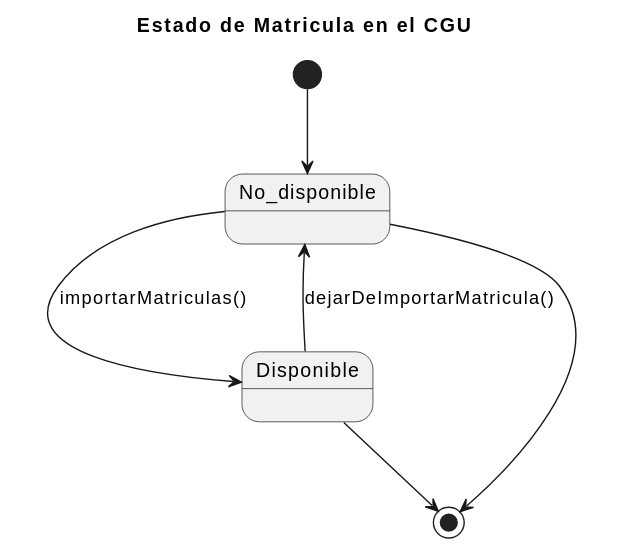
Before: documents/ModeloDelDominio/DiagramasDeEstado/Matricula/Matricula.svg, a diagram exported from PlantUML (enmabry/25-26-IdSw1-SdR).
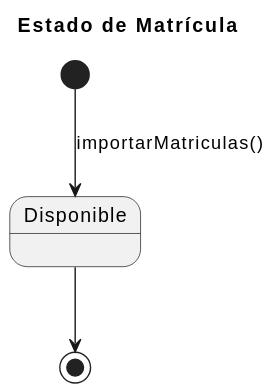
The same diagram one commit later.

Change to the diagram source:
```diff
@@ -1,11 +1,7 @@
 @startuml
-title Estado de Matricula en el CGU
+title Estado de Matrícula
 
-[*] --> No_disponible
+[*] --> Disponible : importarMatriculas()
 
-No_disponible --> Disponible : importarMatriculas()
-Disponible     --> No_disponible : dejarDeImportarMatricula()
-
-Disponible     --> [*]
-No_disponible  --> [*]
+Disponible --> [*]
 @enduml
```
